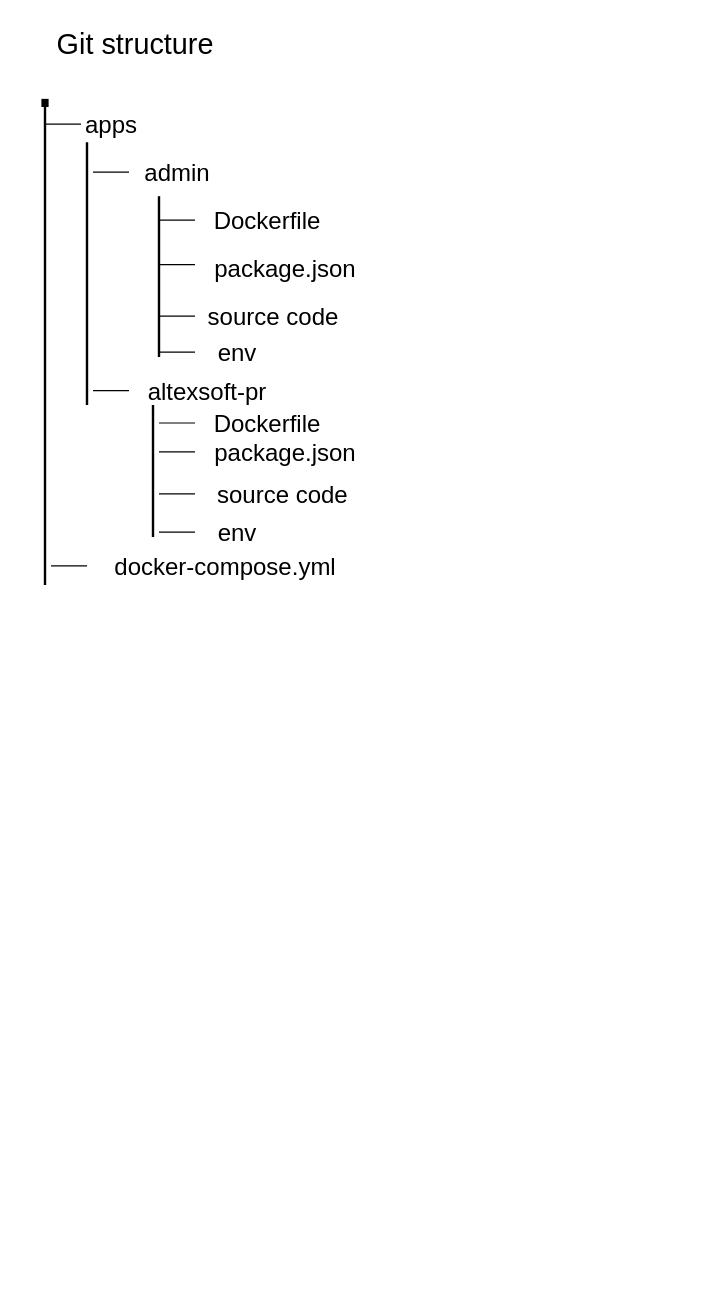
Earlier version of the draw.io diagram Untitled Diagram.drawio (xkarkosx/terraform_cloud). Source tidied: cells renumbered, new cells numbered last; positions are measured from the earlier drawing's top-left corner, leaving out a move shared by most shapes. Both pictures are drawn from the tidied source at 120%, with x=0, y=0 at pixel (20, 20).
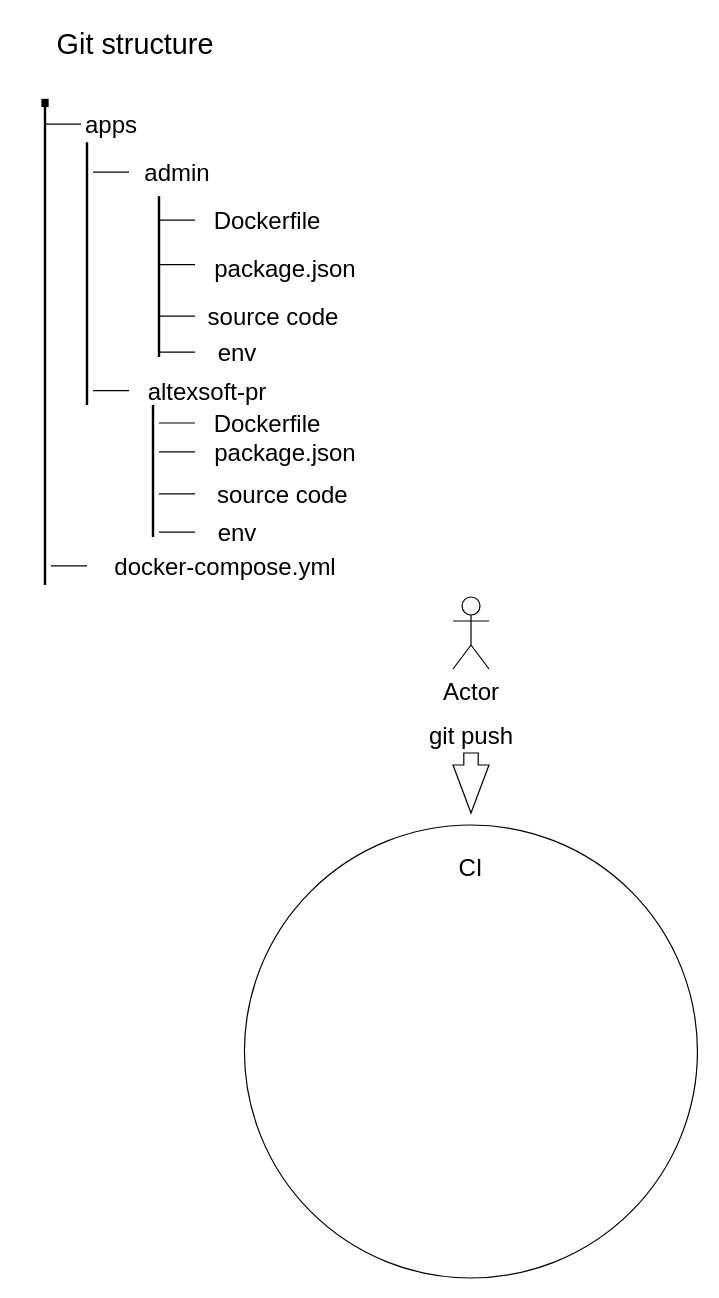
The same diagram, later.

What changed in the source:
```diff
@@
+    <mxCell id="32" value="Actor" style="shape=umlActor;verticalLabelPosition=bottom;verticalAlign=top;html=1;fontSize=20;" parent="1" vertex="1">
+      <mxGeometry x="360" y="480" width="30" height="60" as="geometry" />
+    </mxCell>
+    <mxCell id="33" value="git push" style="text;html=1;strokeColor=none;fillColor=none;align=center;verticalAlign=middle;whiteSpace=wrap;rounded=0;fontSize=20;" parent="1" vertex="1">
+      <mxGeometry x="322.5" y="580" width="105" height="30" as="geometry" />
+    </mxCell>
+    <mxCell id="34" style="html=1;shadow=0;dashed=0;align=center;verticalAlign=middle;shape=mxgraph.arrows2.arrow;dy=0.6;dx=40;direction=south;notch=0;fontSize=20;" parent="1" vertex="1">
+      <mxGeometry x="360" y="610" width="30" height="50" as="geometry" />
+    </mxCell>
+    <mxCell id="35" style="ellipse;whiteSpace=wrap;html=1;fontSize=20;" parent="1" vertex="1">
+      <mxGeometry x="186.2" y="670" width="377.5" height="377.5" as="geometry" />
+    </mxCell>
+    <mxCell id="36" value="CI" style="text;html=1;strokeColor=none;fillColor=none;align=center;verticalAlign=middle;whiteSpace=wrap;rounded=0;fontSize=20;" parent="1" vertex="1">
+      <mxGeometry x="345" y="690" width="60" height="30" as="geometry" />
+    </mxCell>
```
